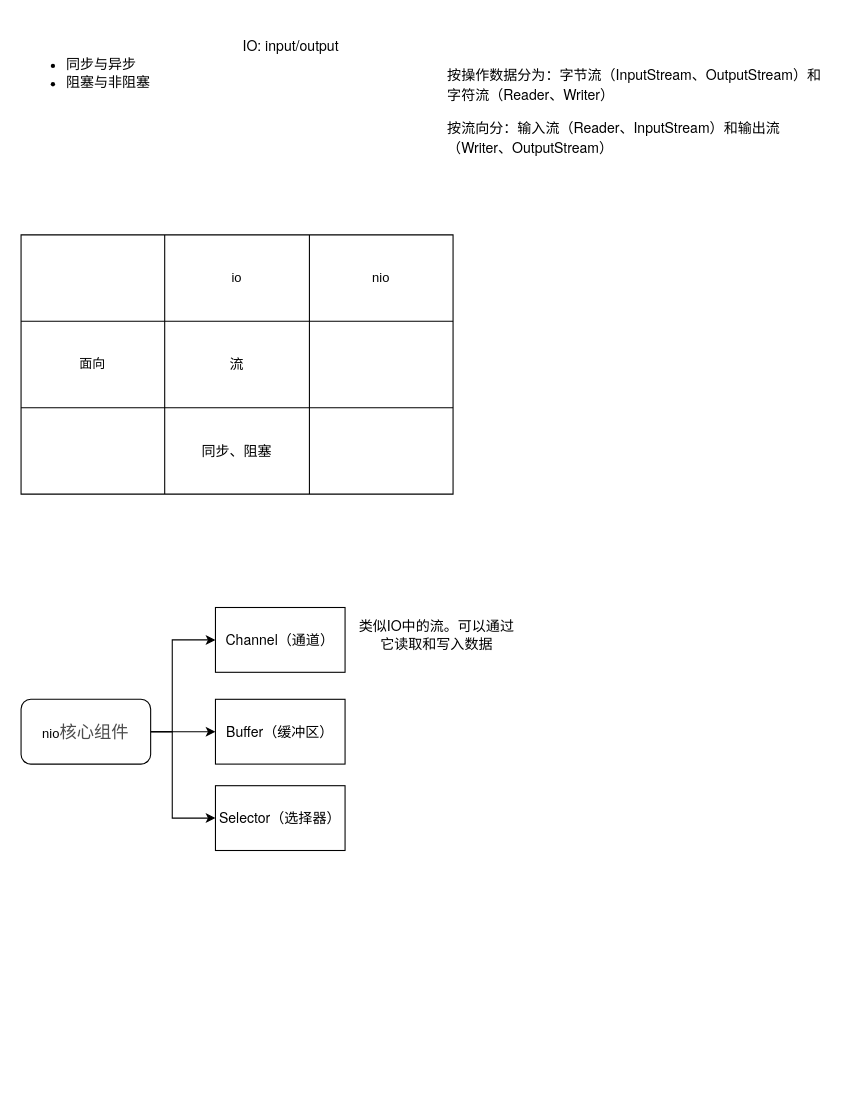
valuetodays/drawio-files keeps this draw.io diagram as java-io-nio.drawio. Above is the earlier version. Source tidied: cells renumbered, new cells numbered last; positions are measured from the earlier drawing's top-left corner, leaving out a move shared by most shapes. Both pictures are drawn from the tidied source at 108%, with x=0, y=0 at pixel (21, 18).
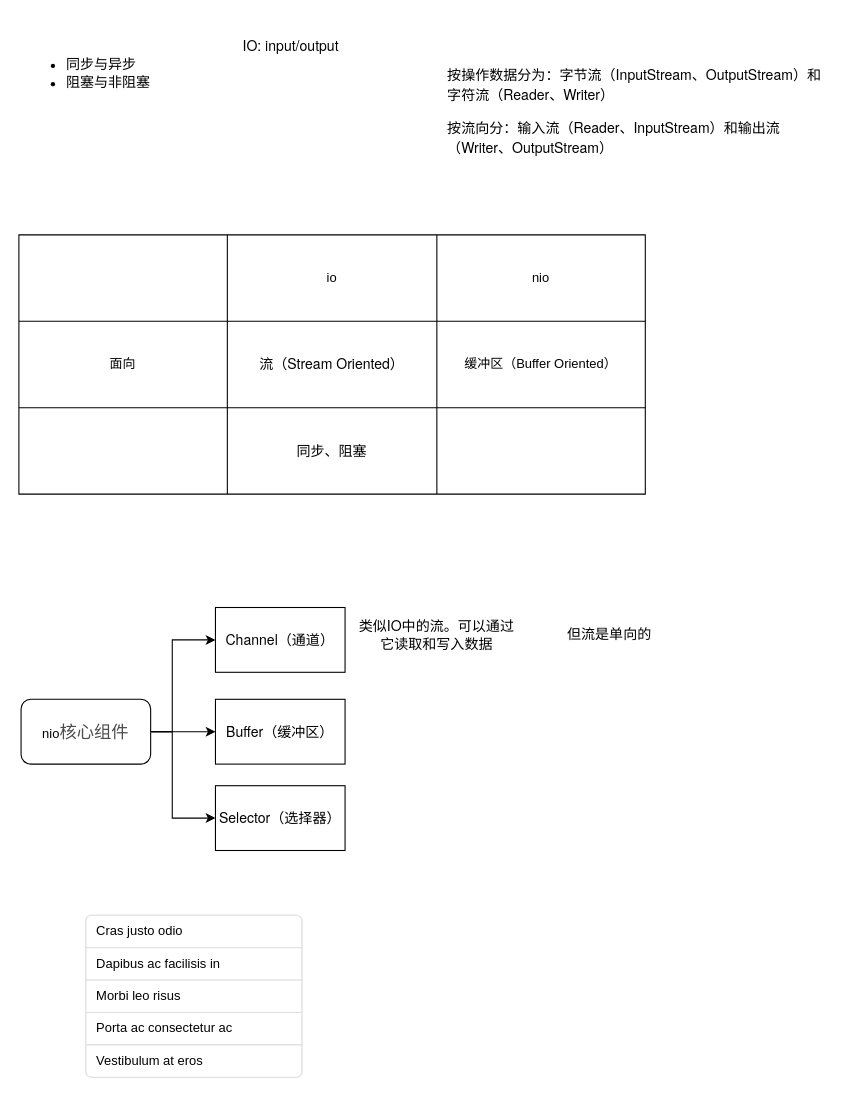
After the change.

What changed in the source:
```diff
@@
     <mxCell id="2" style="shape=table;html=1;whiteSpace=wrap;startSize=0;childLayout=tableLayout;" parent="1" vertex="1">
-      <mxGeometry y="200" width="400" height="240" as="geometry" />
+      <mxGeometry x="-2" y="200" width="580" height="240" as="geometry" />
     </mxCell>
     <mxCell id="3" style="shape=tableRow;horizontal=0;startSize=0;swimlaneHead=0;swimlaneBody=0;top=0;left=0;bottom=0;right=0;fillColor=none;" parent="2" vertex="1">
-      <mxGeometry width="400" height="80" as="geometry" />
+      <mxGeometry width="580" height="80" as="geometry" />
     </mxCell>
     <mxCell id="4" style="shape=partialRectangle;html=1;whiteSpace=wrap;fillColor=none;top=0;left=0;bottom=0;right=0;overflow=hidden;" parent="3" vertex="1">
-      <mxGeometry width="133" height="80" as="geometry" />
+      <mxGeometry width="193" height="80" as="geometry" />
     </mxCell>
     <mxCell id="5" value="io&lt;br&gt;" style="shape=partialRectangle;html=1;whiteSpace=wrap;fillColor=none;top=0;left=0;bottom=0;right=0;overflow=hidden;" parent="3" vertex="1">
-      <mxGeometry x="133" width="134" height="80" as="geometry" />
+      <mxGeometry x="193" width="194" height="80" as="geometry" />
     </mxCell>
     <mxCell id="6" value="nio" style="shape=partialRectangle;html=1;whiteSpace=wrap;fillColor=none;top=0;left=0;bottom=0;right=0;overflow=hidden;" parent="3" vertex="1">
-      <mxGeometry x="267" width="133" height="80" as="geometry" />
+      <mxGeometry x="387" width="193" height="80" as="geometry" />
     </mxCell>
     <mxCell id="7" style="shape=tableRow;horizontal=0;startSize=0;swimlaneHead=0;swimlaneBody=0;top=0;left=0;bottom=0;right=0;fillColor=none;" parent="2" vertex="1">
-      <mxGeometry y="80" width="400" height="80" as="geometry" />
+      <mxGeometry y="80" width="580" height="80" as="geometry" />
     </mxCell>
     <mxCell id="8" value="面向" style="shape=partialRectangle;html=1;whiteSpace=wrap;fillColor=none;top=0;left=0;bottom=0;right=0;overflow=hidden;" parent="7" vertex="1">
-      <mxGeometry width="133" height="80" as="geometry" />
+      <mxGeometry width="193" height="80" as="geometry" />
     </mxCell>
-    <mxCell id="9" value="&lt;span style=&quot;font-family: &amp;quot;PingFang SC&amp;quot;, &amp;quot;Microsoft YaHei&amp;quot;, &amp;quot;Helvetica Neue&amp;quot;, Helvetica, Arial, sans-serif; font-size: 13px; text-align: left; background-color: rgb(255, 255, 255);&quot;&gt;流&lt;/span&gt;" style="shape=partialRectangle;html=1;whiteSpace=wrap;fillColor=none;top=0;left=0;bottom=0;right=0;overflow=hidden;" parent="7" vertex="1">
-      <mxGeometry x="133" width="134" height="80" as="geometry" />
+    <mxCell id="9" value="&lt;span style=&quot;text-align: left; background-color: rgb(255, 255, 255);&quot;&gt;&lt;font face=&quot;PingFang SC, Microsoft YaHei, Helvetica Neue, Helvetica, Arial, sans-serif&quot;&gt;&lt;span style=&quot;font-size: 13px;&quot;&gt;流（Stream Oriented&lt;/span&gt;&lt;/font&gt;&lt;font face=&quot;PingFang SC, Microsoft YaHei, Helvetica Neue, Helvetica, Arial, sans-serif&quot;&gt;&lt;span style=&quot;font-size: 13px;&quot;&gt;）&lt;/span&gt;&lt;/font&gt;&lt;/span&gt;" style="shape=partialRectangle;html=1;whiteSpace=wrap;fillColor=none;top=0;left=0;bottom=0;right=0;overflow=hidden;" parent="7" vertex="1">
+      <mxGeometry x="193" width="194" height="80" as="geometry" />
     </mxCell>
-    <mxCell id="10" style="shape=partialRectangle;html=1;whiteSpace=wrap;fillColor=none;top=0;left=0;bottom=0;right=0;overflow=hidden;" parent="7" vertex="1">
-      <mxGeometry x="267" width="133" height="80" as="geometry" />
+    <mxCell id="10" value="缓冲区（Buffer Oriented）" style="shape=partialRectangle;html=1;whiteSpace=wrap;fillColor=none;top=0;left=0;bottom=0;right=0;overflow=hidden;" parent="7" vertex="1">
+      <mxGeometry x="387" width="193" height="80" as="geometry" />
     </mxCell>
     <mxCell id="11" style="shape=tableRow;horizontal=0;startSize=0;swimlaneHead=0;swimlaneBody=0;top=0;left=0;bottom=0;right=0;fillColor=none;" parent="2" vertex="1">
-      <mxGeometry y="160" width="400" height="80" as="geometry" />
+      <mxGeometry y="160" width="580" height="80" as="geometry" />
     </mxCell>
     <mxCell id="12" style="shape=partialRectangle;html=1;whiteSpace=wrap;fillColor=none;top=0;left=0;bottom=0;right=0;overflow=hidden;" parent="11" vertex="1">
-      <mxGeometry width="133" height="80" as="geometry" />
+      <mxGeometry width="193" height="80" as="geometry" />
     </mxCell>
     <mxCell id="13" value="&lt;span style=&quot;font-family: &amp;quot;PingFang SC&amp;quot;, &amp;quot;Microsoft YaHei&amp;quot;, &amp;quot;Helvetica Neue&amp;quot;, Helvetica, Arial, sans-serif; font-size: 13px; text-align: left; background-color: rgb(255, 255, 255);&quot;&gt;同步、阻塞&lt;/span&gt;" style="shape=partialRectangle;html=1;whiteSpace=wrap;fillColor=none;top=0;left=0;bottom=0;right=0;overflow=hidden;" parent="11" vertex="1">
-      <mxGeometry x="133" width="134" height="80" as="geometry" />
+      <mxGeometry x="193" width="194" height="80" as="geometry" />
     </mxCell>
     <mxCell id="14" style="shape=partialRectangle;html=1;whiteSpace=wrap;fillColor=none;top=0;left=0;bottom=0;right=0;overflow=hidden;" parent="11" vertex="1">
-      <mxGeometry x="267" width="133" height="80" as="geometry" />
+      <mxGeometry x="387" width="193" height="80" as="geometry" />
     </mxCell>
@@
+    <mxCell id="26" value="&lt;div style=&quot;text-align: left;&quot;&gt;&lt;font face=&quot;PingFang SC, Microsoft YaHei, Helvetica Neue, Helvetica, Arial, sans-serif&quot;&gt;&lt;span style=&quot;font-size: 13px; background-color: rgb(255, 255, 255);&quot;&gt;但流是单向的&lt;/span&gt;&lt;/font&gt;&lt;/div&gt;" style="text;html=1;strokeColor=none;fillColor=none;align=center;verticalAlign=middle;whiteSpace=wrap;rounded=0;" parent="1" vertex="1">
+      <mxGeometry x="470" y="550" width="150" height="40" as="geometry" />
+    </mxCell>
+    <mxCell id="27" style="html=1;shadow=0;dashed=0;shape=mxgraph.bootstrap.rrect;rSize=5;strokeColor=#DFDFDF;html=1;whiteSpace=wrap;fillColor=#FFFFFF;fontColor=#000000;" parent="1" vertex="1">
+      <mxGeometry x="60" y="830" width="200" height="150" as="geometry" />
+    </mxCell>
+    <mxCell id="28" value="Cras justo odio" style="strokeColor=inherit;fillColor=inherit;gradientColor=inherit;fontColor=inherit;html=1;shadow=0;dashed=0;shape=mxgraph.bootstrap.topButton;rSize=5;perimeter=none;whiteSpace=wrap;align=left;spacing=10;" parent="27" vertex="1">
+      <mxGeometry width="200" height="30" relative="1" as="geometry" />
+    </mxCell>
+    <mxCell id="29" value="Dapibus ac facilisis in" style="strokeColor=inherit;fillColor=inherit;gradientColor=inherit;fontColor=inherit;html=1;shadow=0;dashed=0;perimeter=none;whiteSpace=wrap;align=left;spacing=10;" parent="27" vertex="1">
+      <mxGeometry width="200" height="30" relative="1" as="geometry">
+        <mxPoint y="30" as="offset" />
+      </mxGeometry>
+    </mxCell>
+    <mxCell id="30" value="Morbi leo risus" style="strokeColor=inherit;fillColor=inherit;gradientColor=inherit;fontColor=inherit;html=1;shadow=0;dashed=0;perimeter=none;whiteSpace=wrap;align=left;spacing=10;" parent="27" vertex="1">
+      <mxGeometry width="200" height="30" relative="1" as="geometry">
+        <mxPoint y="60" as="offset" />
+      </mxGeometry>
+    </mxCell>
+    <mxCell id="31" value="Porta ac consectetur ac" style="strokeColor=inherit;fillColor=inherit;gradientColor=inherit;fontColor=inherit;html=1;shadow=0;dashed=0;perimeter=none;whiteSpace=wrap;align=left;spacing=10;" parent="27" vertex="1">
+      <mxGeometry width="200" height="30" relative="1" as="geometry">
+        <mxPoint y="90" as="offset" />
+      </mxGeometry>
+    </mxCell>
+    <mxCell id="32" value="Vestibulum at eros" style="strokeColor=inherit;fillColor=inherit;gradientColor=inherit;fontColor=inherit;html=1;shadow=0;dashed=0;shape=mxgraph.bootstrap.bottomButton;rSize=5;perimeter=none;whiteSpace=wrap;align=left;spacing=10;" parent="27" vertex="1">
+      <mxGeometry y="1" width="200" height="30" relative="1" as="geometry">
+        <mxPoint y="-30" as="offset" />
+      </mxGeometry>
+    </mxCell>
```
